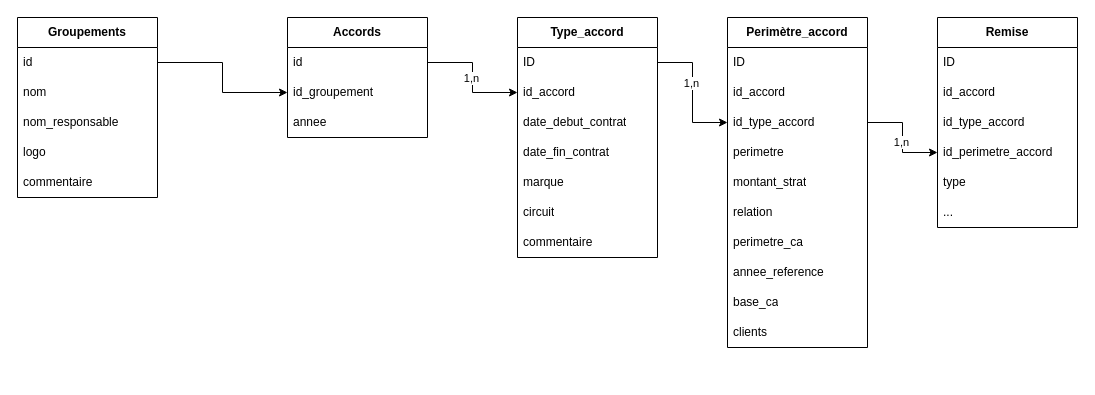
Above: Shema de données NAOS.drawio in GilYounicorns/Graph (draw.io), before the change. Source tidied: cells renumbered, new cells numbered last; positions are measured from the earlier drawing's top-left corner, leaving out a move shared by most shapes. Both pictures are drawn from the tidied source at 100%, with x=0, y=0 at pixel (17, 17).
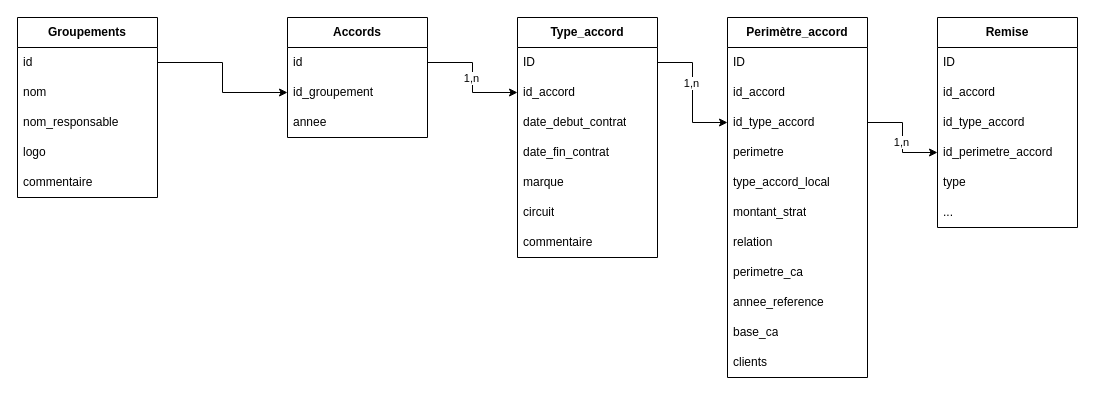
The same page after the edit.

Commit message:
Mettre à jour Shema de données NAOS.drawio

The edit, as a diff of the source:
```diff
@@
     <mxCell id="20" value="&lt;b&gt;Perimètre_accord&lt;/b&gt;" style="swimlane;fontStyle=0;horizontal=1;startSize=30;whiteSpace=wrap;html=1;" parent="1" vertex="1">
-      <mxGeometry x="710" width="140" height="330" as="geometry" />
+      <mxGeometry x="710" width="140" height="360" as="geometry" />
     </mxCell>
@@
+    <mxCell id="45" value="type_accord_local" style="text;strokeColor=none;fillColor=none;align=left;verticalAlign=middle;spacingLeft=4;spacingRight=4;overflow=hidden;whiteSpace=wrap;html=1;" parent="20" vertex="1">
+      <mxGeometry y="150" width="140" height="30" as="geometry" />
+    </mxCell>
     <mxCell id="25" value="montant_strat" style="text;strokeColor=none;fillColor=none;align=left;verticalAlign=middle;spacingLeft=4;spacingRight=4;overflow=hidden;whiteSpace=wrap;html=1;" parent="20" vertex="1">
-      <mxGeometry y="150" width="140" height="30" as="geometry" />
+      <mxGeometry y="180" width="140" height="30" as="geometry" />
     </mxCell>
     <mxCell id="26" value="relation" style="text;strokeColor=none;fillColor=none;align=left;verticalAlign=middle;spacingLeft=4;spacingRight=4;overflow=hidden;whiteSpace=wrap;html=1;" parent="20" vertex="1">
-      <mxGeometry y="180" width="140" height="30" as="geometry" />
+      <mxGeometry y="210" width="140" height="30" as="geometry" />
     </mxCell>
     <mxCell id="27" value="perimetre_ca" style="text;strokeColor=none;fillColor=none;align=left;verticalAlign=middle;spacingLeft=4;spacingRight=4;overflow=hidden;whiteSpace=wrap;html=1;" parent="20" vertex="1">
-      <mxGeometry y="210" width="140" height="30" as="geometry" />
+      <mxGeometry y="240" width="140" height="30" as="geometry" />
     </mxCell>
     <mxCell id="28" value="annee_reference" style="text;strokeColor=none;fillColor=none;align=left;verticalAlign=middle;spacingLeft=4;spacingRight=4;overflow=hidden;whiteSpace=wrap;html=1;" parent="20" vertex="1">
-      <mxGeometry y="240" width="140" height="30" as="geometry" />
+      <mxGeometry y="270" width="140" height="30" as="geometry" />
     </mxCell>
     <mxCell id="29" value="base_ca" style="text;strokeColor=none;fillColor=none;align=left;verticalAlign=middle;spacingLeft=4;spacingRight=4;overflow=hidden;whiteSpace=wrap;html=1;" parent="20" vertex="1">
-      <mxGeometry y="270" width="140" height="30" as="geometry" />
+      <mxGeometry y="300" width="140" height="30" as="geometry" />
     </mxCell>
     <mxCell id="30" value="clients" style="text;strokeColor=none;fillColor=none;align=left;verticalAlign=middle;spacingLeft=4;spacingRight=4;overflow=hidden;whiteSpace=wrap;html=1;" parent="20" vertex="1">
-      <mxGeometry y="300" width="140" height="30" as="geometry" />
+      <mxGeometry y="330" width="140" height="30" as="geometry" />
     </mxCell>
```
